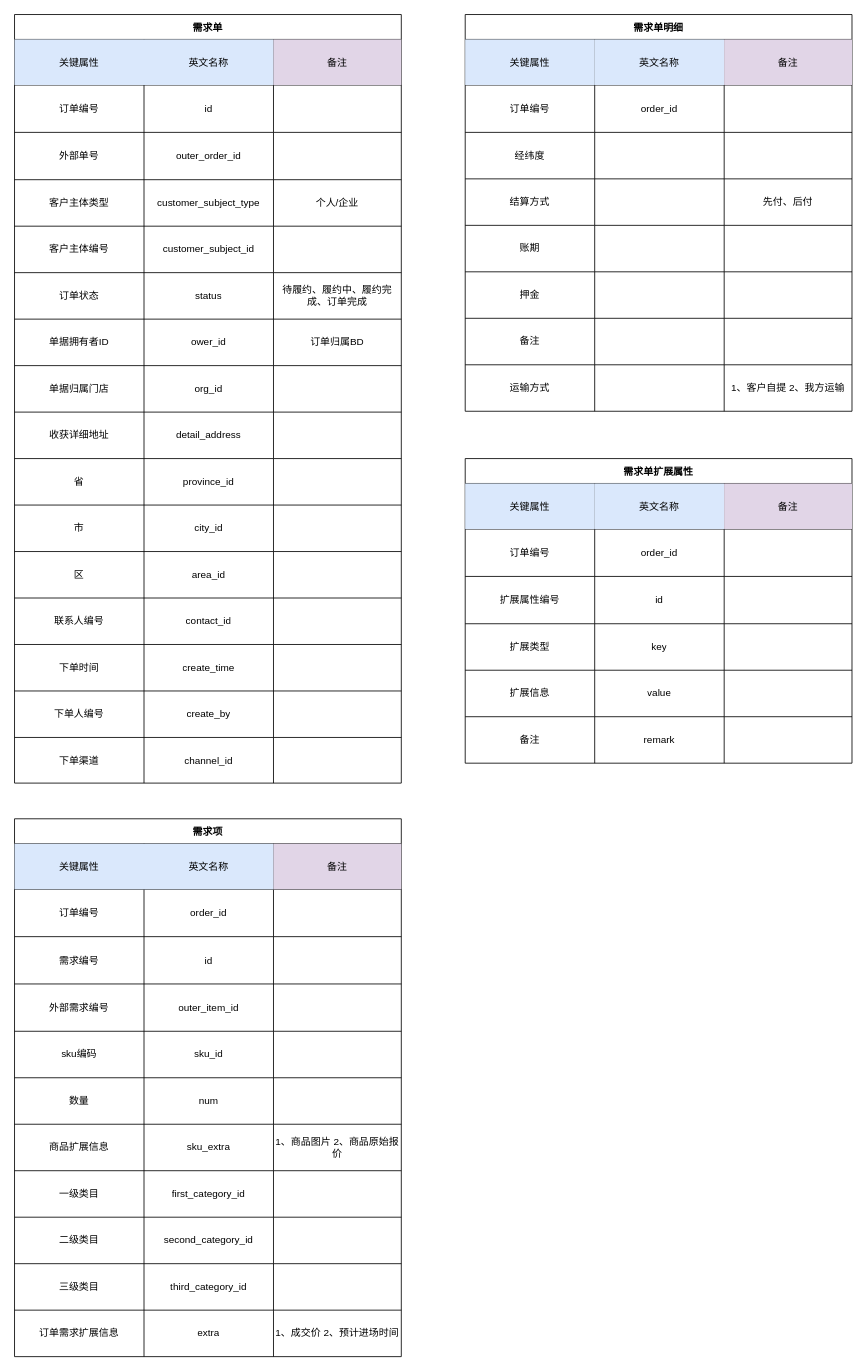
The draw.io diagram page "订单实体" (24 of 36) of docs/自营重构.drawio in lokiworks/codebase, before the edit. Source tidied: cells renumbered, new cells numbered last; positions are measured from the earlier drawing's top-left corner, leaving out a move shared by most shapes. Both pictures are drawn from the tidied source at 83%, with x=0, y=0 at pixel (14, 14).
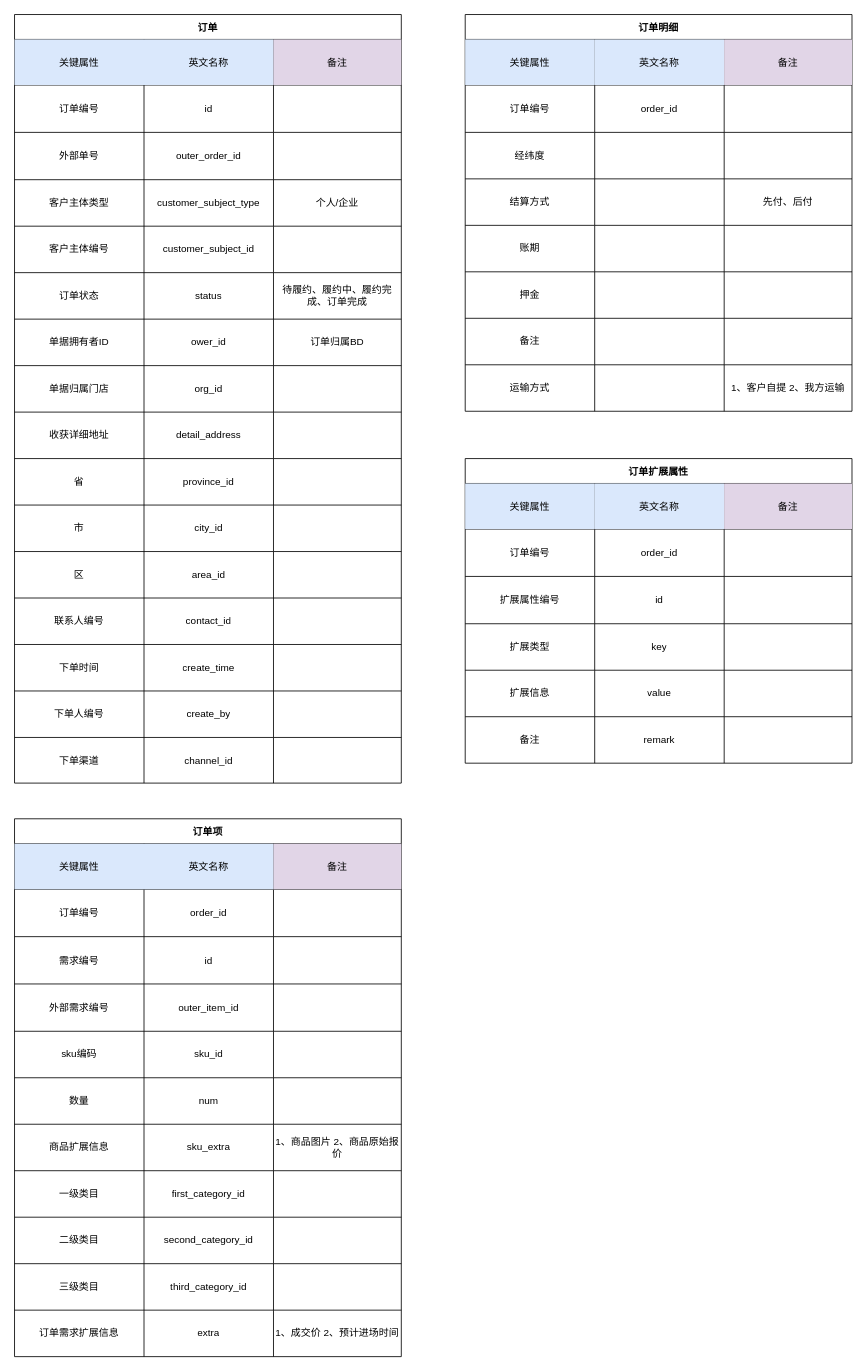
After the change.

Diff of the diagram source:
```diff
@@
-    <mxCell id="2" value="需求单" style="shape=table;startSize=30;childLayout=tableLayout;fontStyle=1;align=center;" parent="1" vertex="1">
+    <mxCell id="2" value="订单" style="shape=table;startSize=30;childLayout=tableLayout;fontStyle=1;align=center;" parent="1" vertex="1">
       <mxGeometry width="466" height="926" as="geometry" />
     </mxCell>
@@
-    <mxCell id="67" value="需求单明细" style="shape=table;startSize=30;childLayout=tableLayout;fontStyle=1;align=center;" parent="1" vertex="1">
+    <mxCell id="67" value="订单明细" style="shape=table;startSize=30;childLayout=tableLayout;fontStyle=1;align=center;" parent="1" vertex="1">
       <mxGeometry x="543" width="466" height="478" as="geometry" />
     </mxCell>
@@
-    <mxCell id="100" value="需求单扩展属性" style="shape=table;startSize=30;childLayout=tableLayout;fontStyle=1;align=center;" parent="1" vertex="1">
+    <mxCell id="100" value="订单扩展属性" style="shape=table;startSize=30;childLayout=tableLayout;fontStyle=1;align=center;" parent="1" vertex="1">
       <mxGeometry x="543" y="535" width="466" height="367" as="geometry" />
     </mxCell>
@@
-    <mxCell id="125" value="需求项" style="shape=table;startSize=30;childLayout=tableLayout;fontStyle=1;align=center;" parent="1" vertex="1">
+    <mxCell id="125" value="订单项" style="shape=table;startSize=30;childLayout=tableLayout;fontStyle=1;align=center;" parent="1" vertex="1">
       <mxGeometry y="969" width="466" height="648" as="geometry" />
     </mxCell>
```
